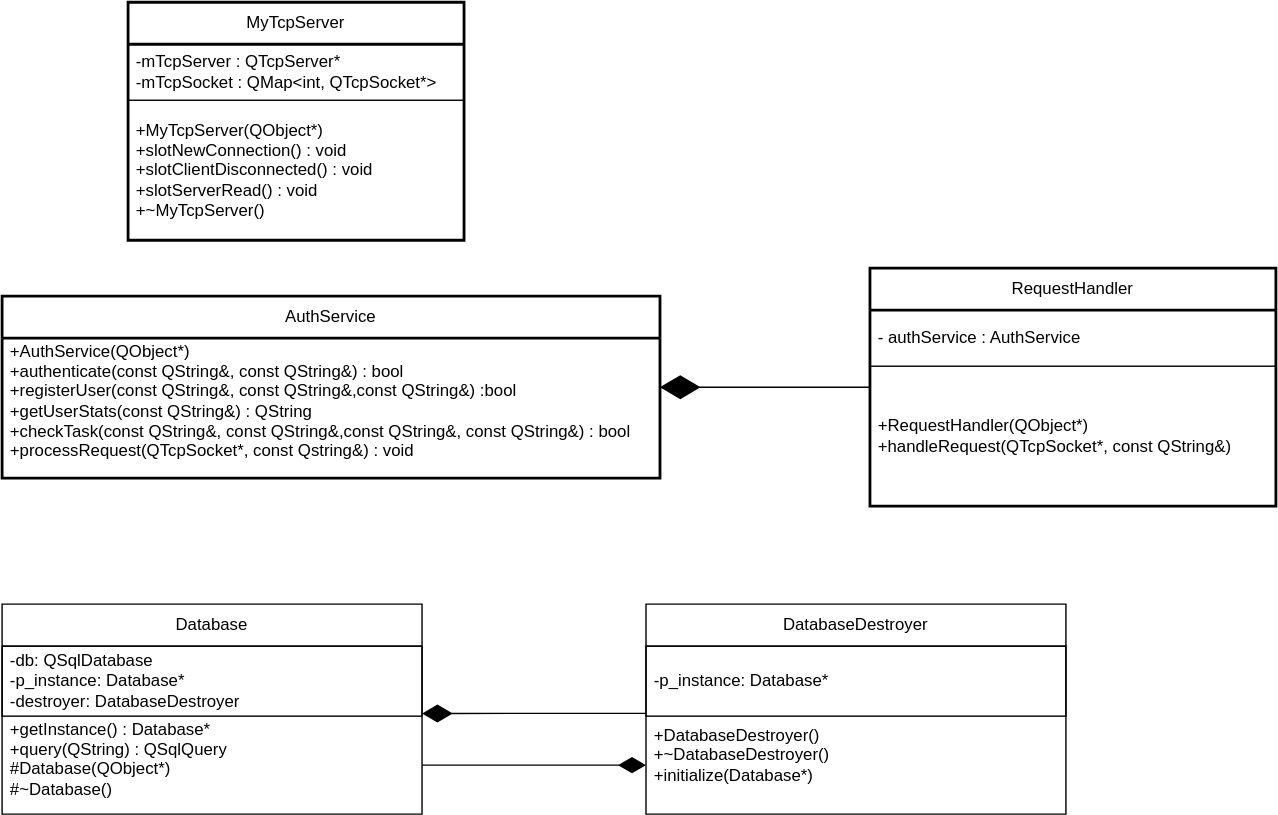
Above: classDiagramm.drawio.svg in KapKapkin/Seriy_Guse (draw.io), before the change. Source tidied: cells renumbered, new cells last; positions are measured from the earlier drawing's top-left corner, leaving out a move shared by most shapes.
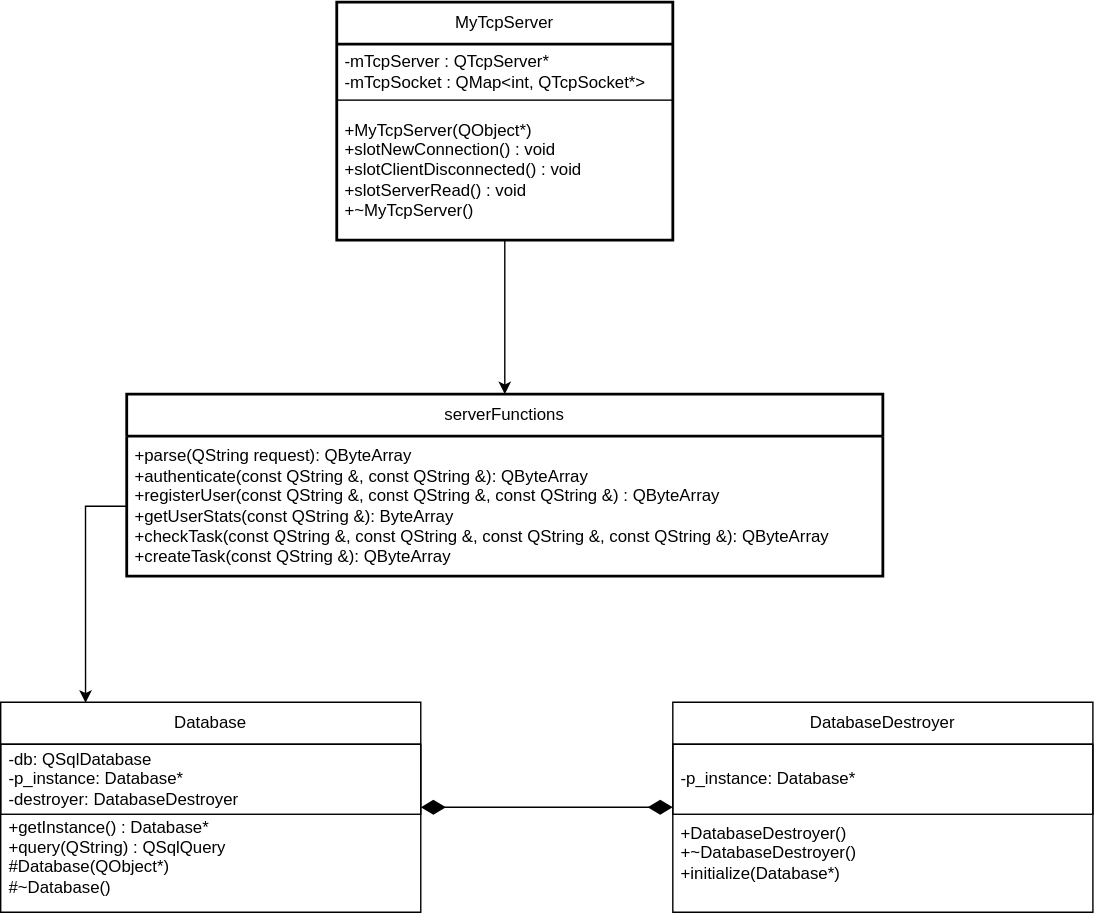
The same diagram one commit later.

Change to the diagram source:
```diff
@@ -2,8 +2,11 @@
   <root>
     <mxCell id="0" />
     <mxCell id="1" parent="0" />
+    <mxCell id="20" style="edgeStyle=orthogonalEdgeStyle;rounded=0;jettySize=auto;html=1;" parent="1" edge="1" source="2" target="22">
+      <mxGeometry relative="1" as="geometry" />
+    </mxCell>
     <mxCell id="2" value="MyTcpServer" style="swimlane;fontStyle=0;horizontal=1;startSize=30;whiteSpace=wrap;html=1;strokeWidth=2;" parent="1" vertex="1">
-      <mxGeometry x="90" width="240" height="170" as="geometry" />
+      <mxGeometry x="210" y="-100" width="240" height="170" as="geometry" />
     </mxCell>
     <mxCell id="3" value="-mTcpServer : QTcpServer*&lt;div&gt;-mTcpSocket : QMap&amp;lt;int, QTcpSocket*&amp;gt;&lt;/div&gt;" style="text;strokeColor=default;fillColor=none;align=left;verticalAlign=middle;spacingLeft=4;spacingRight=4;overflow=hidden;whiteSpace=wrap;html=1;strokeWidth=1;perimeterSpacing=2;" parent="2" vertex="1">
       <mxGeometry y="30" width="240" height="40" as="geometry" />
@@ -11,29 +14,11 @@
     <mxCell id="4" value="+MyTcpServer(QObject*)&lt;div&gt;+slotNewConnection() : void&lt;/div&gt;&lt;div&gt;+slotClientDisconnected() : void&lt;/div&gt;&lt;div&gt;+slotServerRead() : void&lt;/div&gt;&lt;div&gt;+~MyTcpServer()&lt;/div&gt;" style="text;strokeColor=none;fillColor=none;align=left;verticalAlign=middle;spacingLeft=4;spacingRight=4;overflow=hidden;whiteSpace=wrap;html=1;" parent="2" vertex="1">
       <mxGeometry y="70" width="240" height="100" as="geometry" />
     </mxCell>
-    <mxCell id="5" value="AuthService" style="swimlane;fontStyle=0;horizontal=1;startSize=30;whiteSpace=wrap;html=1;strokeWidth=2;" parent="1" vertex="1">
-      <mxGeometry y="210" width="470" height="130" as="geometry" />
-    </mxCell>
-    <mxCell id="6" value="+AuthService(QObject*)&lt;div&gt;+authenticate(const QString&amp;amp;, const QString&amp;amp;) : bool&lt;br&gt;+registerUser(const QString&amp;amp;, const QString&amp;amp;,&lt;span style=&quot;background-color: initial;&quot;&gt;const QString&amp;amp;&lt;/span&gt;&lt;span style=&quot;background-color: initial;&quot;&gt;) :bool&lt;/span&gt;&lt;/div&gt;&lt;div&gt;+getUserStats(&lt;span style=&quot;background-color: initial;&quot;&gt;const QString&amp;amp;) : QString&lt;/span&gt;&lt;/div&gt;&lt;div&gt;&lt;span style=&quot;background-color: initial;&quot;&gt;+checkTask(&lt;/span&gt;&lt;span style=&quot;background-color: initial;&quot;&gt;const QString&amp;amp;, const QString&amp;amp;,&lt;/span&gt;&lt;span style=&quot;background-color: initial;&quot;&gt;const QString&amp;amp;,&amp;nbsp;&lt;/span&gt;&lt;span style=&quot;background-color: initial;&quot;&gt;const QString&amp;amp;&lt;/span&gt;&lt;span style=&quot;background-color: initial;&quot;&gt;) : bool&lt;/span&gt;&lt;/div&gt;&lt;div&gt;&lt;span style=&quot;background-color: initial;&quot;&gt;+processRequest(QTcpSocket*, const Qstring&amp;amp;) : void&lt;/span&gt;&lt;/div&gt;&lt;div&gt;&lt;span style=&quot;background-color: initial;&quot;&gt;&lt;br&gt;&lt;/span&gt;&lt;/div&gt;" style="text;strokeColor=none;fillColor=none;align=left;verticalAlign=middle;spacingLeft=4;spacingRight=4;overflow=hidden;points=[[0,0.5],[1,0.5]];portConstraint=eastwest;whiteSpace=wrap;html=1;" parent="5" vertex="1">
-      <mxGeometry y="30" width="470" height="100" as="geometry" />
-    </mxCell>
-    <mxCell id="7" style="edgeStyle=orthogonalEdgeStyle;rounded=0;jettySize=auto;html=1;endArrow=diamondThin;endFill=1;endSize=26;entryX=1;entryY=0.35;entryDx=0;entryDy=0;entryPerimeter=0;" parent="1" edge="1" source="8" target="6">
-      <mxGeometry relative="1" as="geometry" />
-    </mxCell>
-    <mxCell id="8" value="RequestHandler" style="swimlane;fontStyle=0;horizontal=1;startSize=30;whiteSpace=wrap;html=1;strokeWidth=2;" parent="1" vertex="1">
-      <mxGeometry x="620" y="190" width="290" height="170" as="geometry" />
-    </mxCell>
-    <mxCell id="9" value="- authService : AuthService" style="text;strokeColor=default;fillColor=none;align=left;verticalAlign=middle;spacingLeft=4;spacingRight=4;overflow=hidden;points=[[0,0.5],[1,0.5]];portConstraint=eastwest;whiteSpace=wrap;html=1;strokeWidth=1;perimeterSpacing=2;" parent="8" vertex="1">
-      <mxGeometry y="30" width="290" height="40" as="geometry" />
-    </mxCell>
-    <mxCell id="10" value="+RequestHandler(QObject*)&lt;div&gt;+handleRequest(QTcpSocket*, const QString&amp;amp;)&lt;/div&gt;" style="text;strokeColor=none;fillColor=none;align=left;verticalAlign=middle;spacingLeft=4;spacingRight=4;overflow=hidden;whiteSpace=wrap;html=1;" parent="8" vertex="1">
-      <mxGeometry y="70" width="290" height="100" as="geometry" />
-    </mxCell>
-    <mxCell id="11" style="edgeStyle=orthogonalEdgeStyle;rounded=0;jettySize=auto;html=1;entryX=0.987;entryY=0.019;entryDx=0;entryDy=0;entryPerimeter=0;strokeColor=none;endArrow=diamondThin;endFill=1;" parent="1" edge="1" source="9" target="6">
-      <mxGeometry relative="1" as="geometry" />
-    </mxCell>
+    <mxCell id="21" style="edgeStyle=orthogonalEdgeStyle;rounded=0;jettySize=auto;html=1;endArrow=diamondThin;endFill=1;startArrow=diamondThin;startFill=1;endSize=15;startSize=15;" parent="1" edge="1" source="12" target="15">
+      <mxGeometry relative="1" as="geometry" />
+    </mxCell>
     <mxCell id="12" value="Database" style="swimlane;fontStyle=0;horizontal=1;startSize=30;whiteSpace=wrap;html=1;" parent="1" vertex="1">
-      <mxGeometry y="430" width="300" height="150" as="geometry" />
+      <mxGeometry x="-30" y="400" width="300" height="150" as="geometry" />
     </mxCell>
     <mxCell id="13" value="-db: QSqlDatabase&lt;div&gt;-p_instance: Database*&lt;/div&gt;&lt;div&gt;-destroyer: DatabaseDestroyer&lt;span style=&quot;background-color: initial;&quot;&gt;&amp;nbsp;&lt;/span&gt;&lt;/div&gt;" style="text;strokeColor=default;fillColor=none;align=left;verticalAlign=middle;spacingLeft=4;spacingRight=4;overflow=hidden;whiteSpace=wrap;html=1;" parent="12" vertex="1">
       <mxGeometry y="30" width="300" height="50" as="geometry" />
@@ -42,7 +27,7 @@
       <mxGeometry y="80" width="300" height="70" as="geometry" />
     </mxCell>
     <mxCell id="15" value="DatabaseDestroyer" style="swimlane;fontStyle=0;horizontal=1;startSize=30;whiteSpace=wrap;html=1;" parent="1" vertex="1">
-      <mxGeometry x="460" y="430" width="300" height="150" as="geometry" />
+      <mxGeometry x="450" y="400" width="300" height="150" as="geometry" />
     </mxCell>
     <mxCell id="16" value="&lt;div&gt;-p_instance: Database*&lt;span style=&quot;background-color: initial;&quot;&gt;&amp;nbsp;&lt;/span&gt;&lt;/div&gt;" style="text;strokeColor=default;fillColor=none;align=left;verticalAlign=middle;spacingLeft=4;spacingRight=4;overflow=hidden;whiteSpace=wrap;html=1;" parent="15" vertex="1">
       <mxGeometry y="30" width="300" height="50" as="geometry" />
@@ -50,16 +35,14 @@
     <mxCell id="17" value="+DatabaseDestroyer()&lt;div&gt;+~DatabaseDestroyer()&lt;/div&gt;&lt;div&gt;+initialize(Database*)&lt;br&gt;&lt;div&gt;&lt;div&gt;&lt;br&gt;&lt;/div&gt;&lt;/div&gt;&lt;/div&gt;" style="text;strokeColor=none;fillColor=none;align=left;verticalAlign=middle;spacingLeft=4;spacingRight=4;overflow=hidden;points=[[0,0.5],[1,0.5]];portConstraint=eastwest;whiteSpace=wrap;html=1;" parent="15" vertex="1">
       <mxGeometry y="80" width="300" height="70" as="geometry" />
     </mxCell>
-    <mxCell id="18" style="edgeStyle=orthogonalEdgeStyle;rounded=0;jettySize=auto;html=1;entryX=1;entryY=-0.027;entryDx=0;entryDy=0;entryPerimeter=0;endArrow=diamondThin;endFill=1;endSize=19;startSize=9;" parent="1" edge="1" source="15" target="14">
-      <mxGeometry relative="1" as="geometry">
-        <Array as="points">
-          <mxPoint x="380" y="508" />
-          <mxPoint x="380" y="508" />
-        </Array>
-      </mxGeometry>
-    </mxCell>
-    <mxCell id="19" style="edgeStyle=orthogonalEdgeStyle;rounded=0;jettySize=auto;html=1;entryX=0;entryY=0.5;entryDx=0;entryDy=0;endArrow=diamondThin;endFill=1;endSize=17;" parent="1" edge="1" source="14" target="17">
-      <mxGeometry relative="1" as="geometry" />
-    </mxCell>
+    <mxCell id="22" value="serverFunctions" style="swimlane;fontStyle=0;horizontal=1;startSize=30;whiteSpace=wrap;html=1;strokeWidth=2;" parent="1" vertex="1">
+      <mxGeometry x="60" y="180" width="540" height="130" as="geometry" />
+    </mxCell>
+    <mxCell id="23" value="+parse(QString request): QByteArray&amp;nbsp;&lt;div&gt;+authenticate(const QString &amp;amp;, const QString &amp;amp;):&amp;nbsp;&lt;span style=&quot;background-color: initial;&quot;&gt;QByteArray&lt;/span&gt;&lt;/div&gt;&lt;div&gt;&lt;span style=&quot;background-color: initial;&quot;&gt;+registerUser(const QString &amp;amp;, const QString &amp;amp;, const QString &amp;amp;)&lt;/span&gt;&lt;span style=&quot;background-color: initial;&quot;&gt;&amp;nbsp;:&amp;nbsp;&lt;/span&gt;&lt;span style=&quot;background-color: initial;&quot;&gt;QByteArray&lt;/span&gt;&lt;span style=&quot;background-color: initial;&quot;&gt;&amp;nbsp;&lt;/span&gt;&lt;br&gt;&lt;/div&gt;&lt;div&gt;&lt;span style=&quot;background-color: initial;&quot;&gt;+&lt;/span&gt;&lt;span style=&quot;background-color: initial;&quot;&gt;getUserStats(const QString &amp;amp;):&amp;nbsp;&lt;/span&gt;&lt;span style=&quot;background-color: initial;&quot;&gt;ByteArray&lt;/span&gt;&lt;span style=&quot;background-color: initial;&quot;&gt;&amp;nbsp;&lt;/span&gt;&lt;/div&gt;&lt;div&gt;&lt;span style=&quot;background-color: initial;&quot;&gt;+&lt;/span&gt;&lt;span style=&quot;background-color: initial;&quot;&gt;checkTask(const QString &amp;amp;, const QString &amp;amp;, const QString &amp;amp;, const QString &amp;amp;):&amp;nbsp;&lt;/span&gt;&lt;span style=&quot;background-color: initial;&quot;&gt;QByteArray&lt;/span&gt;&lt;/div&gt;&lt;div&gt;&lt;span style=&quot;background-color: initial;&quot;&gt;+createTask(const QString &amp;amp;):&amp;nbsp;&lt;/span&gt;&lt;span style=&quot;background-color: initial;&quot;&gt;QByteArray&lt;/span&gt;&lt;span style=&quot;background-color: initial;&quot;&gt;&amp;nbsp;&lt;/span&gt;&lt;span style=&quot;background-color: initial;&quot;&gt;&amp;nbsp;&lt;/span&gt;&lt;/div&gt;" style="text;strokeColor=none;fillColor=none;align=left;verticalAlign=middle;spacingLeft=4;spacingRight=4;overflow=hidden;points=[[0,0.5],[1,0.5]];portConstraint=eastwest;whiteSpace=wrap;html=1;" parent="22" vertex="1">
+      <mxGeometry y="30" width="540" height="100" as="geometry" />
+    </mxCell>
+    <mxCell id="24" style="edgeStyle=orthogonalEdgeStyle;rounded=0;jettySize=auto;html=1;entryX=0.202;entryY=0.003;entryDx=0;entryDy=0;entryPerimeter=0;" parent="1" edge="1" source="23" target="12">
+      <mxGeometry relative="1" as="geometry" />
+    </mxCell>
   </root>
 </mxGraphModel>
```
